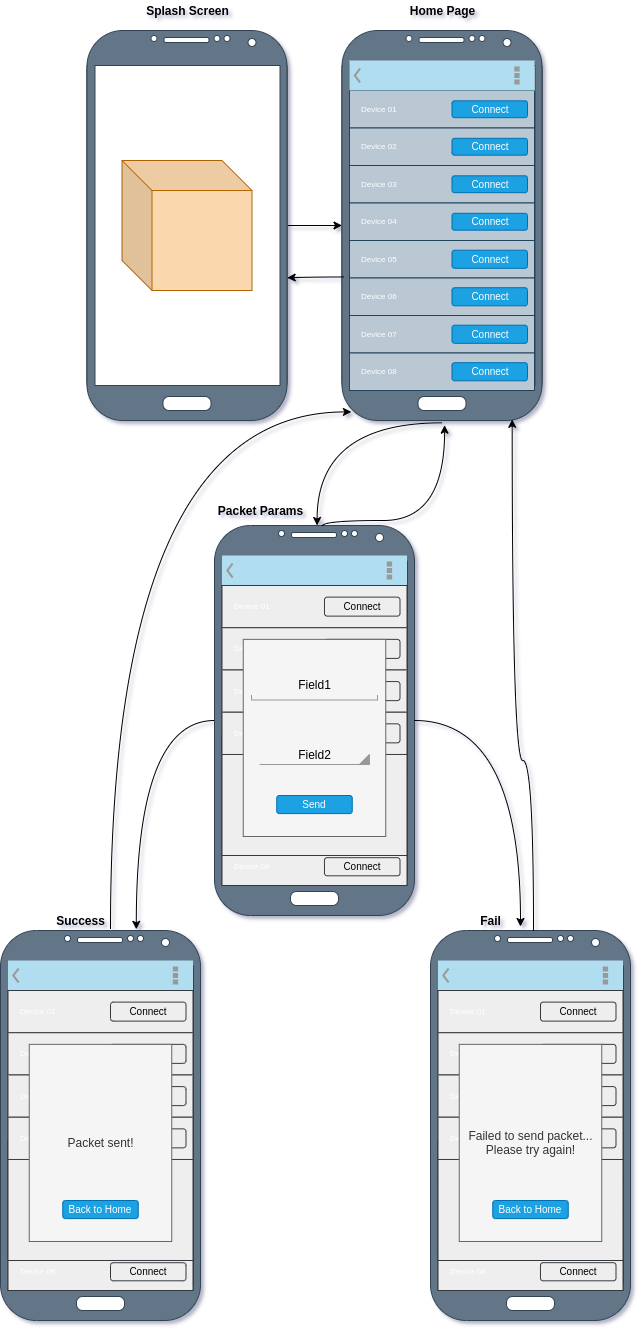
The draw.io diagram images/navigation.png in carvalhodj/hermes, before a commit. Source tidied: cells renumbered, new cells last; positions are measured from the earlier drawing's top-left corner, leaving out a move shared by most shapes.
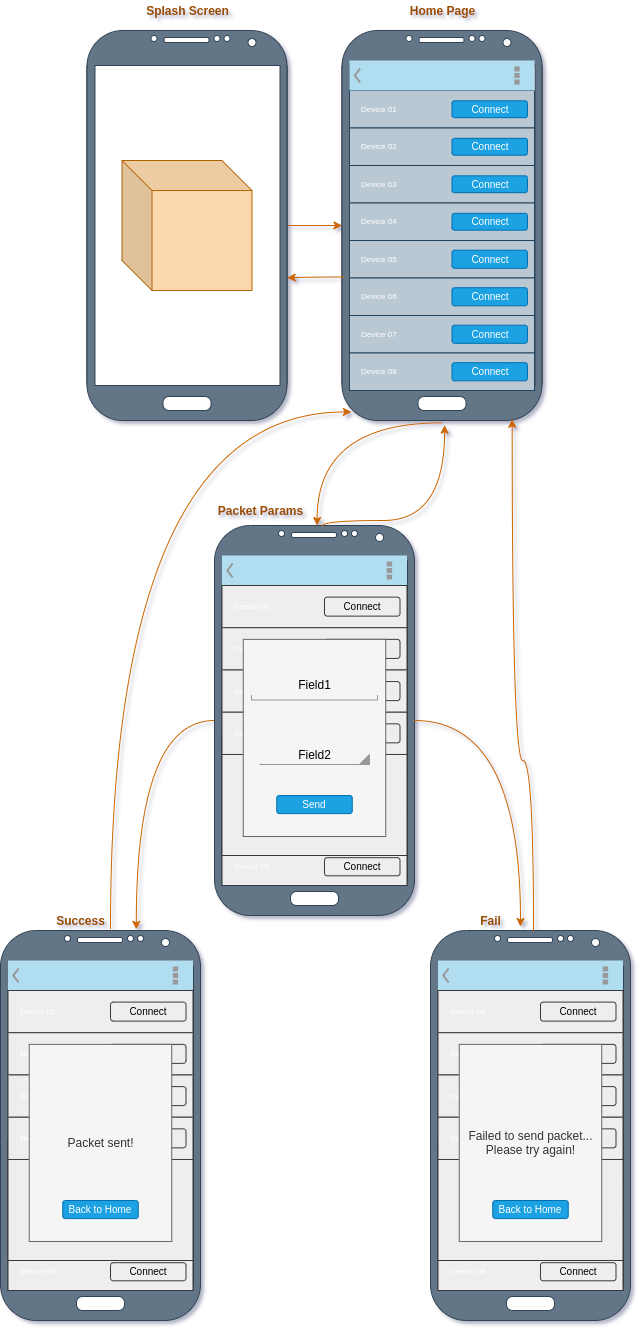
The same diagram one commit later.

Commit message:
Navigation map - Color

Diff of the diagram source:
```diff
@@ -80,10 +80,10 @@
     <mxCell id="27" style="strokeWidth=1;html=1;shadow=0;dashed=0;shape=mxgraph.android.action_bar;fillColor=#b1ddf0;strokeColor=#10739e;strokeWidth=2;" parent="6" vertex="1">
       <mxGeometry x="7.5" y="30" width="185" height="30" as="geometry" />
     </mxCell>
-    <mxCell id="28" value="Splash Screen" style="text;html=1;align=center;verticalAlign=middle;strokeColor=none;fontStyle=1;" parent="1" vertex="1">
+    <mxCell id="28" value="Splash Screen" style="text;html=1;align=center;verticalAlign=middle;strokeColor=none;fontStyle=1;fontColor=#994C00;" parent="1" vertex="1">
       <mxGeometry x="136.5" width="100" height="20" as="geometry" />
     </mxCell>
-    <mxCell id="29" style="endArrow=classic;html=1;exitX=1.005;exitY=0.5;exitDx=0;exitDy=0;exitPerimeter=0;entryX=0;entryY=0.5;entryDx=0;entryDy=0;entryPerimeter=0;" parent="1" edge="1" source="4" target="8">
+    <mxCell id="29" style="endArrow=classic;html=1;exitX=1.005;exitY=0.5;exitDx=0;exitDy=0;exitPerimeter=0;entryX=0;entryY=0.5;entryDx=0;entryDy=0;entryPerimeter=0;fontColor=#994C00;strokeColor=#CC6600;" parent="1" edge="1" source="4" target="8">
       <mxGeometry relative="1" as="geometry" />
     </mxCell>
     <mxCell id="30" style="group;" parent="1" vertex="1">
@@ -308,14 +308,14 @@
     <mxCell id="103" value="Back to Home" style="rounded=1;html=1;shadow=0;dashed=0;whiteSpace=wrap;fontSize=10;fillColor=#1ba1e2;align=center;strokeColor=#006EAF;fontColor=#ffffff;" parent="93" vertex="1">
       <mxGeometry x="54.8" y="210" width="75.5" height="18.1" as="geometry" />
     </mxCell>
-    <mxCell id="104" style="edgeStyle=orthogonalEdgeStyle;curved=1;rounded=0;jettySize=auto;html=1;entryX=0.513;entryY=0;entryDx=0;entryDy=0;entryPerimeter=0;exitX=0.5;exitY=1.006;exitDx=0;exitDy=0;exitPerimeter=0;" parent="1" edge="1" source="8" target="32">
+    <mxCell id="104" style="edgeStyle=orthogonalEdgeStyle;curved=1;rounded=0;jettySize=auto;html=1;entryX=0.513;entryY=0;entryDx=0;entryDy=0;entryPerimeter=0;exitX=0.5;exitY=1.006;exitDx=0;exitDy=0;exitPerimeter=0;fontColor=#994C00;strokeColor=#CC6600;" parent="1" edge="1" source="8" target="32">
       <mxGeometry relative="1" as="geometry">
         <Array as="points">
           <mxPoint x="317" y="422" />
         </Array>
       </mxGeometry>
     </mxCell>
-    <mxCell id="105" style="edgeStyle=orthogonalEdgeStyle;curved=1;rounded=0;jettySize=auto;html=1;entryX=0.513;entryY=1.012;entryDx=0;entryDy=0;entryPerimeter=0;exitX=0.538;exitY=0.002;exitDx=0;exitDy=0;exitPerimeter=0;" parent="1" edge="1" source="32" target="8">
+    <mxCell id="105" style="edgeStyle=orthogonalEdgeStyle;curved=1;rounded=0;jettySize=auto;html=1;entryX=0.513;entryY=1.012;entryDx=0;entryDy=0;entryPerimeter=0;exitX=0.538;exitY=0.002;exitDx=0;exitDy=0;exitPerimeter=0;fontColor=#994C00;strokeColor=#CC6600;" parent="1" edge="1" source="32" target="8">
       <mxGeometry relative="1" as="geometry">
         <Array as="points">
           <mxPoint x="322" y="520" />
@@ -323,10 +323,10 @@
         </Array>
       </mxGeometry>
     </mxCell>
-    <mxCell id="106" style="edgeStyle=orthogonalEdgeStyle;curved=1;rounded=0;jettySize=auto;html=1;entryX=0.679;entryY=-0.003;entryDx=0;entryDy=0;entryPerimeter=0;" parent="1" edge="1" source="32" target="58">
+    <mxCell id="106" style="edgeStyle=orthogonalEdgeStyle;curved=1;rounded=0;jettySize=auto;html=1;entryX=0.679;entryY=-0.003;entryDx=0;entryDy=0;entryPerimeter=0;fontColor=#994C00;strokeColor=#CC6600;" parent="1" edge="1" source="32" target="58">
       <mxGeometry relative="1" as="geometry" />
     </mxCell>
-    <mxCell id="107" style="edgeStyle=orthogonalEdgeStyle;curved=1;rounded=0;jettySize=auto;html=1;entryX=0.047;entryY=0.978;entryDx=0;entryDy=0;entryPerimeter=0;" parent="1" edge="1" target="8">
+    <mxCell id="107" style="edgeStyle=orthogonalEdgeStyle;curved=1;rounded=0;jettySize=auto;html=1;entryX=0.047;entryY=0.978;entryDx=0;entryDy=0;entryPerimeter=0;fontColor=#994C00;strokeColor=#CC6600;" parent="1" edge="1" target="8">
       <mxGeometry relative="1" as="geometry">
         <mxPoint x="110" y="928" as="sourcePoint" />
         <Array as="points">
@@ -334,12 +334,12 @@
         </Array>
       </mxGeometry>
     </mxCell>
-    <mxCell id="108" style="edgeStyle=orthogonalEdgeStyle;curved=1;rounded=0;jettySize=auto;html=1;" parent="1" edge="1" source="32">
+    <mxCell id="108" style="edgeStyle=orthogonalEdgeStyle;curved=1;rounded=0;jettySize=auto;html=1;fontColor=#994C00;strokeColor=#CC6600;" parent="1" edge="1" source="32">
       <mxGeometry relative="1" as="geometry">
         <mxPoint x="520" y="926" as="targetPoint" />
       </mxGeometry>
     </mxCell>
-    <mxCell id="109" style="edgeStyle=orthogonalEdgeStyle;curved=1;rounded=0;jettySize=auto;html=1;entryX=0.851;entryY=0.997;entryDx=0;entryDy=0;entryPerimeter=0;" parent="1" edge="1" source="82" target="8">
+    <mxCell id="109" style="edgeStyle=orthogonalEdgeStyle;curved=1;rounded=0;jettySize=auto;html=1;entryX=0.851;entryY=0.997;entryDx=0;entryDy=0;entryPerimeter=0;fontColor=#994C00;strokeColor=#CC6600;" parent="1" edge="1" source="82" target="8">
       <mxGeometry relative="1" as="geometry">
         <Array as="points">
           <mxPoint x="533" y="760" />
@@ -347,19 +347,19 @@
         </Array>
       </mxGeometry>
     </mxCell>
-    <mxCell id="110" style="edgeStyle=orthogonalEdgeStyle;curved=1;rounded=0;jettySize=auto;html=1;entryX=1.001;entryY=0.634;entryDx=0;entryDy=0;entryPerimeter=0;exitX=0.009;exitY=0.632;exitDx=0;exitDy=0;exitPerimeter=0;" parent="1" edge="1" source="8" target="4">
+    <mxCell id="110" style="edgeStyle=orthogonalEdgeStyle;curved=1;rounded=0;jettySize=auto;html=1;entryX=1.001;entryY=0.634;entryDx=0;entryDy=0;entryPerimeter=0;exitX=0.009;exitY=0.632;exitDx=0;exitDy=0;exitPerimeter=0;fontColor=#994C00;strokeColor=#CC6600;" parent="1" edge="1" source="8" target="4">
       <mxGeometry relative="1" as="geometry" />
     </mxCell>
-    <mxCell id="111" value="Home Page" style="text;html=1;align=center;verticalAlign=middle;strokeColor=none;fontStyle=1;" parent="1" vertex="1">
+    <mxCell id="111" value="Home Page" style="text;html=1;align=center;verticalAlign=middle;strokeColor=none;fontStyle=1;fontColor=#994C00;" parent="1" vertex="1">
       <mxGeometry x="401.5" width="80" height="20" as="geometry" />
     </mxCell>
-    <mxCell id="112" value="Packet Params" style="text;html=1;align=center;verticalAlign=middle;strokeColor=none;fontStyle=1;" parent="1" vertex="1">
+    <mxCell id="112" value="Packet Params" style="text;html=1;align=center;verticalAlign=middle;strokeColor=none;fontStyle=1;fontColor=#994C00;" parent="1" vertex="1">
       <mxGeometry x="210" y="500" width="100" height="20" as="geometry" />
     </mxCell>
-    <mxCell id="113" value="Success" style="text;html=1;align=center;verticalAlign=middle;strokeColor=none;fontStyle=1;" parent="1" vertex="1">
+    <mxCell id="113" value="Success" style="text;html=1;align=center;verticalAlign=middle;strokeColor=none;fontStyle=1;fontColor=#994C00;" parent="1" vertex="1">
       <mxGeometry x="50" y="910" width="60" height="20" as="geometry" />
     </mxCell>
-    <mxCell id="114" value="Fail" style="text;html=1;align=center;verticalAlign=middle;strokeColor=none;fontStyle=1;" parent="1" vertex="1">
+    <mxCell id="114" value="Fail" style="text;html=1;align=center;verticalAlign=middle;strokeColor=none;fontStyle=1;fontColor=#994C00;" parent="1" vertex="1">
       <mxGeometry x="470" y="910" width="40" height="20" as="geometry" />
     </mxCell>
   </root>
```
